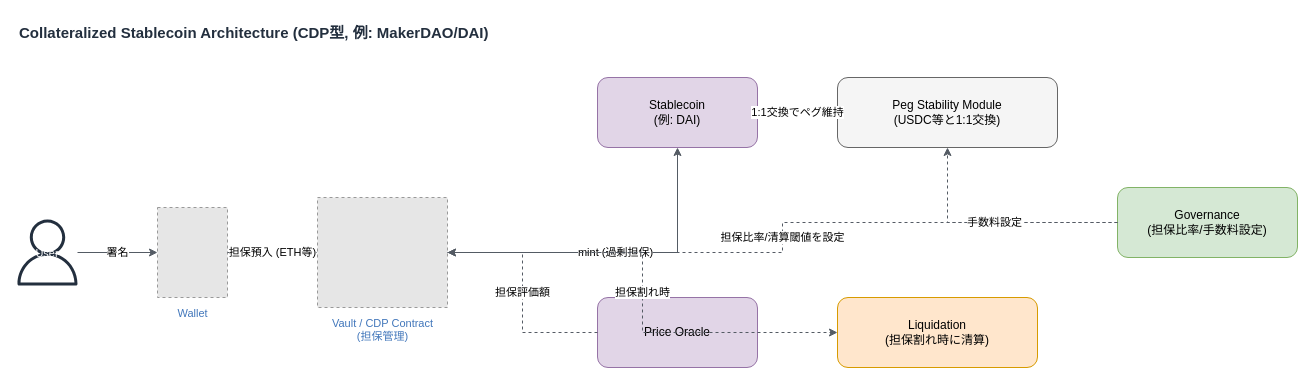
This is .claude/skills/architecture-diagram-drawio/templates/blockchain/stablecoin.drawio from mashharuki/claude-code-sample, a draw.io file, before an edit. Source tidied: cells renumbered, new cells numbered last; positions are measured from the earlier drawing's top-left corner, leaving out a move shared by most shapes. Both pictures are drawn from the tidied source at 100%, with x=0, y=0 at pixel (17, 17). Pictures stored in the file or linked from it are replaced by grey dashed boxes.
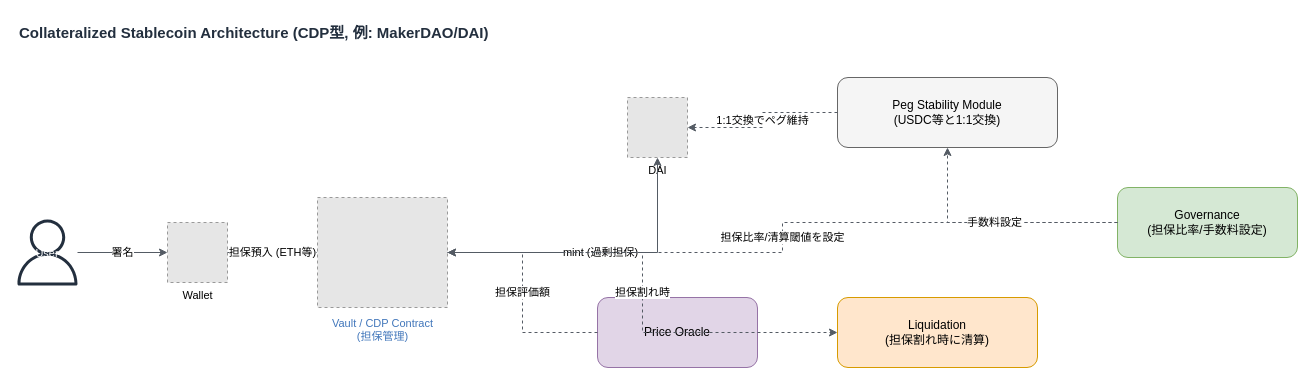
Above is the later version.

Diff of the diagram source:
```diff
@@
 <mxGraphModel>
   <root>
     <mxCell id="0" />
     <mxCell id="1" parent="0" />
     <mxCell id="2" value="Collateralized Stablecoin Architecture (CDP型, 例: MakerDAO/DAI)" style="text;html=1;align=left;verticalAlign=middle;fontSize=15;fontStyle=1;fontColor=#232F3E;" parent="1" vertex="1">
       <mxGeometry width="900" height="30" as="geometry" />
     </mxCell>
     <mxCell id="3" value="User" style="shape=mxgraph.aws4.user;fillColor=#232F3E;fontColor=#ffffff;strokeColor=none;fontSize=11;" parent="1" vertex="1">
       <mxGeometry y="200" width="60" height="70" as="geometry" />
     </mxCell>
-    <mxCell id="4" value="Wallet" style="fillColor=#E6E6E6;strokeColor=#999999;dashed=1;verticalLabelPosition=bottom;verticalAlign=top;html=1;align=center;fontColor=#4277BB;labelBackgroundColor=default;fontSize=11;spacingTop=3;" parent="1" vertex="1">
-      <mxGeometry x="140" y="190" width="70" height="90" as="geometry" />
+    <mxCell id="4" value="Wallet" style="fillColor=#E6E6E6;strokeColor=#999999;dashed=1;html=1;verticalAlign=top;verticalLabelPosition=bottom;labelBackgroundColor=default;fontSize=11;" parent="1" vertex="1">
+      <mxGeometry x="150" y="205" width="60" height="60" as="geometry" />
     </mxCell>
     <mxCell id="5" value="Vault / CDP Contract&#10;(担保管理)" style="fillColor=#E6E6E6;strokeColor=#999999;dashed=1;verticalLabelPosition=bottom;verticalAlign=top;html=1;align=center;fontColor=#4277BB;labelBackgroundColor=default;fontSize=11;spacingTop=3;" parent="1" vertex="1">
       <mxGeometry x="300" y="180" width="130" height="110" as="geometry" />
     </mxCell>
-    <mxCell id="6" value="Stablecoin&#10;(例: DAI)" style="rounded=1;whiteSpace=wrap;html=1;fillColor=#E1D5E7;strokeColor=#9673A6;fontSize=12;" parent="1" vertex="1">
-      <mxGeometry x="580" y="60" width="160" height="70" as="geometry" />
+    <mxCell id="6" value="DAI" style="fillColor=#E6E6E6;strokeColor=#999999;dashed=1;html=1;verticalAlign=top;verticalLabelPosition=bottom;labelBackgroundColor=default;fontSize=11;" parent="1" vertex="1">
+      <mxGeometry x="610" y="80" width="60" height="60" as="geometry" />
     </mxCell>
     <mxCell id="7" value="Price Oracle" style="rounded=1;whiteSpace=wrap;html=1;fillColor=#E1D5E7;strokeColor=#9673A6;fontSize=12;" parent="1" vertex="1">
       <mxGeometry x="580" y="280" width="160" height="70" as="geometry" />
     </mxCell>
     <mxCell id="8" value="Liquidation&#10;(担保割れ時に清算)" style="rounded=1;whiteSpace=wrap;html=1;fillColor=#FFE6CC;strokeColor=#D79B00;fontSize=12;" parent="1" vertex="1">
       <mxGeometry x="820" y="280" width="200" height="70" as="geometry" />
     </mxCell>
     <mxCell id="9" value="Peg Stability Module&#10;(USDC等と1:1交換)" style="rounded=1;whiteSpace=wrap;html=1;fillColor=#F5F5F5;strokeColor=#666666;fontSize=12;" parent="1" vertex="1">
       <mxGeometry x="820" y="60" width="220" height="70" as="geometry" />
     </mxCell>
     <mxCell id="10" value="Governance&#10;(担保比率/手数料設定)" style="rounded=1;whiteSpace=wrap;html=1;fillColor=#D5E8D4;strokeColor=#82B366;fontSize=12;" parent="1" vertex="1">
       <mxGeometry x="1100" y="170" width="180" height="70" as="geometry" />
     </mxCell>
     <mxCell id="11" value="署名" style="edgeStyle=orthogonalEdgeStyle;rounded=0;html=1;fontSize=11;strokeColor=#545B64;" parent="1" edge="1" source="3" target="4">
       <mxGeometry relative="1" as="geometry" />
     </mxCell>
     <mxCell id="12" value="担保預入 (ETH等)" style="edgeStyle=orthogonalEdgeStyle;rounded=0;html=1;fontSize=11;strokeColor=#545B64;" parent="1" edge="1" source="4" target="5">
       <mxGeometry relative="1" as="geometry" />
     </mxCell>
     <mxCell id="13" value="mint (過剰担保)" style="edgeStyle=orthogonalEdgeStyle;rounded=0;html=1;fontSize=11;strokeColor=#545B64;" parent="1" edge="1" source="5" target="6">
       <mxGeometry relative="1" as="geometry" />
     </mxCell>
     <mxCell id="14" value="担保評価額" style="edgeStyle=orthogonalEdgeStyle;rounded=0;html=1;fontSize=11;strokeColor=#545B64;dashed=1;" parent="1" edge="1" source="7" target="5">
       <mxGeometry relative="1" as="geometry" />
     </mxCell>
     <mxCell id="15" value="担保割れ時" style="edgeStyle=orthogonalEdgeStyle;rounded=0;html=1;fontSize=11;strokeColor=#545B64;dashed=1;" parent="1" edge="1" source="5" target="8">
       <mxGeometry relative="1" as="geometry" />
     </mxCell>
     <mxCell id="16" value="1:1交換でペグ維持" style="edgeStyle=orthogonalEdgeStyle;rounded=0;html=1;fontSize=11;strokeColor=#545B64;dashed=1;" parent="1" edge="1" source="9" target="6">
       <mxGeometry relative="1" as="geometry" />
     </mxCell>
     <mxCell id="17" value="担保比率/清算閾値を設定" style="edgeStyle=orthogonalEdgeStyle;rounded=0;html=1;fontSize=11;strokeColor=#545B64;dashed=1;" parent="1" edge="1" source="10" target="5">
       <mxGeometry relative="1" as="geometry" />
     </mxCell>
     <mxCell id="18" value="手数料設定" style="edgeStyle=orthogonalEdgeStyle;rounded=0;html=1;fontSize=11;strokeColor=#545B64;dashed=1;" parent="1" edge="1" source="10" target="9">
       <mxGeometry relative="1" as="geometry" />
     </mxCell>
   </root>
 </mxGraphModel>
```
